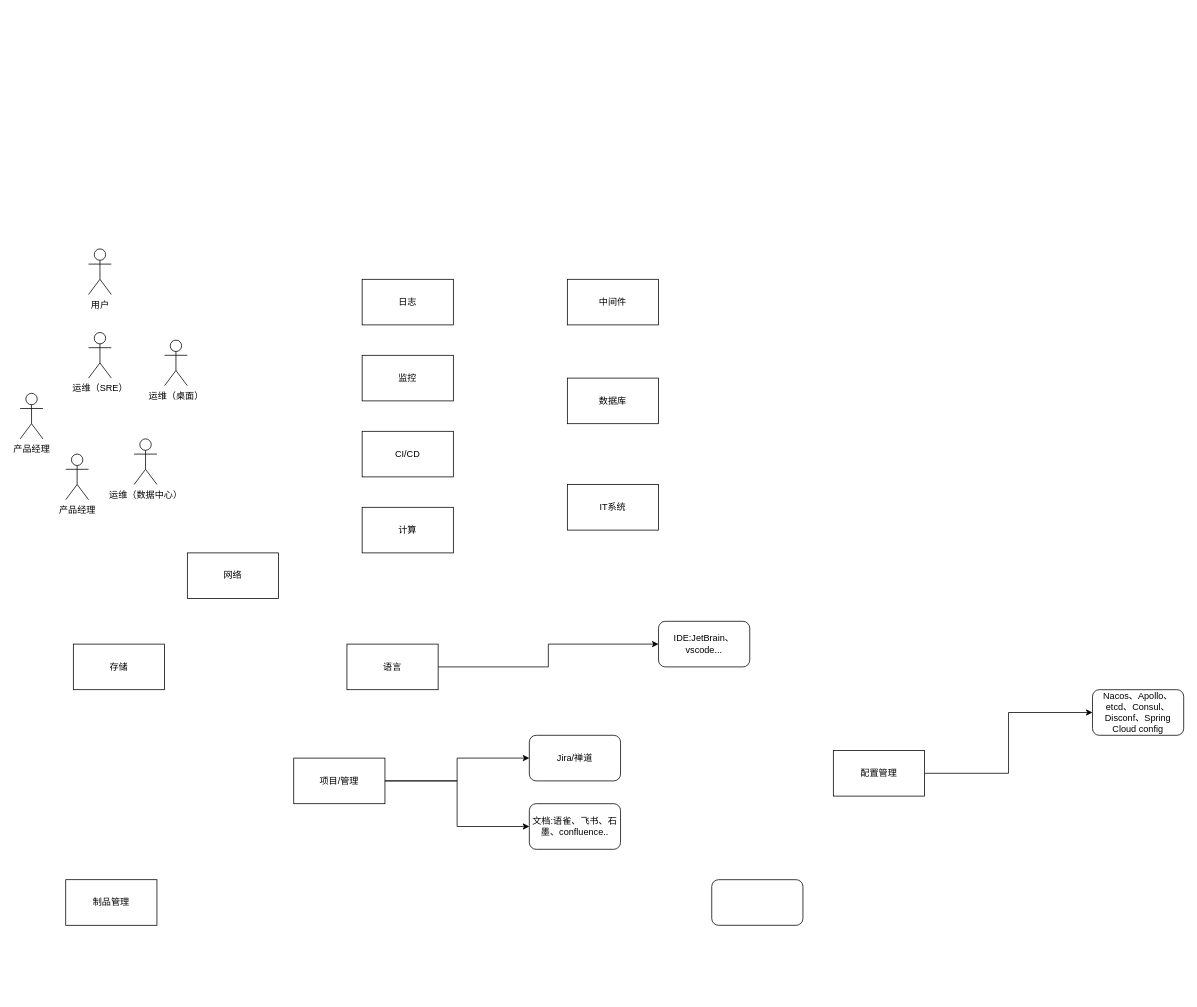
This is svg/誉天20241226.drawio from ssslkj123/drawio, a draw.io file, before an edit. Source tidied: cells renumbered, new cells numbered last; positions are measured from the earlier drawing's top-left corner, leaving out a move shared by most shapes. Both pictures are drawn from the tidied source at 76%, with x=0, y=0 at pixel (20, 249).
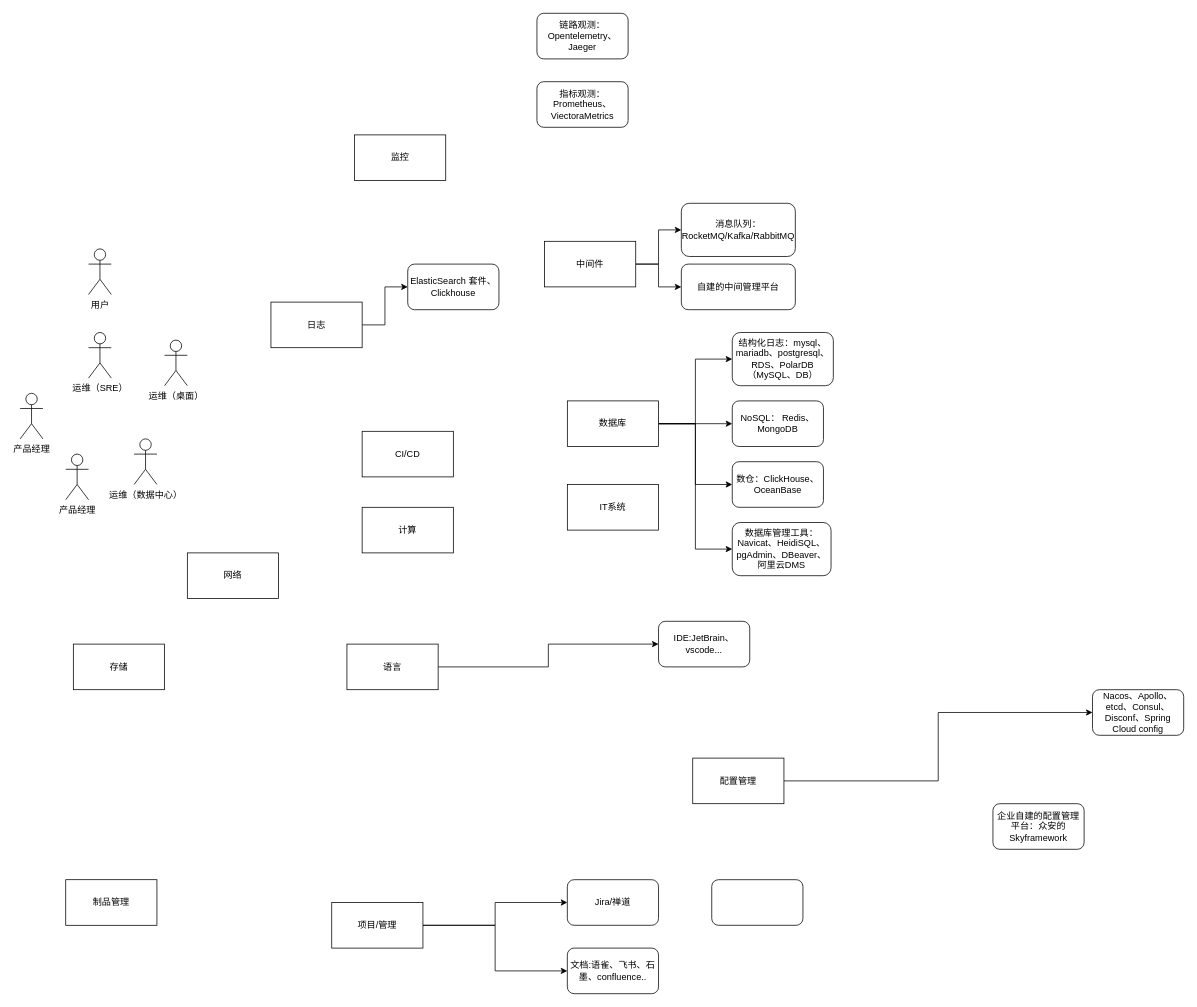
Above is the later version.

Change to the diagram source:
```diff
@@
     <mxCell id="6" value="监控" style="rounded=0;whiteSpace=wrap;html=1;" parent="1" vertex="1">
-      <mxGeometry x="450" y="140" width="120" height="60" as="geometry" />
+      <mxGeometry x="440" y="-150" width="120" height="60" as="geometry" />
     </mxCell>
     <mxCell id="7" value="Jira/禅道" style="rounded=1;whiteSpace=wrap;html=1;" parent="1" vertex="1">
-      <mxGeometry x="670" y="640" width="120" height="60" as="geometry" />
+      <mxGeometry x="720" y="830" width="120" height="60" as="geometry" />
     </mxCell>
@@
     <mxCell id="10" value="项目/管理" style="rounded=0;whiteSpace=wrap;html=1;" parent="1" vertex="1">
-      <mxGeometry x="360" y="670" width="120" height="60" as="geometry" />
+      <mxGeometry x="410" y="860" width="120" height="60" as="geometry" />
     </mxCell>
@@
+    <mxCell id="30" style="edgeStyle=orthogonalEdgeStyle;rounded=0;jettySize=auto;html=1;" parent="1" edge="1" source="12" target="46">
+      <mxGeometry relative="1" as="geometry" />
+    </mxCell>
     <mxCell id="12" value="日志" style="rounded=0;whiteSpace=wrap;html=1;" parent="1" vertex="1">
-      <mxGeometry x="450" y="40" width="120" height="60" as="geometry" />
+      <mxGeometry x="330" y="70" width="120" height="60" as="geometry" />
     </mxCell>
+    <mxCell id="31" style="edgeStyle=orthogonalEdgeStyle;rounded=0;jettySize=auto;html=1;entryX=0;entryY=0.5;entryDx=0;entryDy=0;" parent="1" edge="1" source="13" target="41">
+      <mxGeometry relative="1" as="geometry" />
+    </mxCell>
+    <mxCell id="32" style="edgeStyle=orthogonalEdgeStyle;rounded=0;jettySize=auto;html=1;entryX=0;entryY=0.5;entryDx=0;entryDy=0;" parent="1" edge="1" source="13" target="42">
+      <mxGeometry relative="1" as="geometry" />
+    </mxCell>
     <mxCell id="13" value="中间件" style="rounded=0;whiteSpace=wrap;html=1;" parent="1" vertex="1">
-      <mxGeometry x="720" y="40" width="120" height="60" as="geometry" />
+      <mxGeometry x="690" y="-10" width="120" height="60" as="geometry" />
     </mxCell>
@@
+    <mxCell id="33" style="edgeStyle=orthogonalEdgeStyle;rounded=0;jettySize=auto;html=1;entryX=0;entryY=0.5;entryDx=0;entryDy=0;" parent="1" edge="1" source="20" target="37">
+      <mxGeometry relative="1" as="geometry" />
+    </mxCell>
+    <mxCell id="34" style="edgeStyle=orthogonalEdgeStyle;rounded=0;jettySize=auto;html=1;" parent="1" edge="1" source="20" target="38">
+      <mxGeometry relative="1" as="geometry" />
+    </mxCell>
+    <mxCell id="35" style="edgeStyle=orthogonalEdgeStyle;rounded=0;jettySize=auto;html=1;entryX=0;entryY=0.5;entryDx=0;entryDy=0;" parent="1" edge="1" source="20" target="39">
+      <mxGeometry relative="1" as="geometry" />
+    </mxCell>
+    <mxCell id="36" style="edgeStyle=orthogonalEdgeStyle;rounded=0;jettySize=auto;html=1;entryX=0;entryY=0.5;entryDx=0;entryDy=0;" parent="1" edge="1" source="20" target="40">
+      <mxGeometry relative="1" as="geometry" />
+    </mxCell>
     <mxCell id="20" value="数据库" style="rounded=0;whiteSpace=wrap;html=1;" parent="1" vertex="1">
-      <mxGeometry x="720" y="170" width="120" height="60" as="geometry" />
+      <mxGeometry x="720" y="200" width="120" height="60" as="geometry" />
     </mxCell>
@@
     <mxCell id="22" value="文档:语雀、飞书、石墨、confluence.." style="rounded=1;whiteSpace=wrap;html=1;" parent="1" vertex="1">
-      <mxGeometry x="670" y="730" width="120" height="60" as="geometry" />
+      <mxGeometry x="720" y="920" width="120" height="60" as="geometry" />
     </mxCell>
@@
     <mxCell id="28" value="配置管理" style="rounded=0;whiteSpace=wrap;html=1;" parent="1" vertex="1">
-      <mxGeometry x="1070" y="660" width="120" height="60" as="geometry" />
+      <mxGeometry x="885" y="670" width="120" height="60" as="geometry" />
     </mxCell>
@@
+    <mxCell id="37" value="结构化日志：mysql、mariadb、postgresql、RDS、PolarDB（MySQL、DB）" style="rounded=1;whiteSpace=wrap;html=1;" parent="1" vertex="1">
+      <mxGeometry x="937" y="110" width="133" height="70" as="geometry" />
+    </mxCell>
+    <mxCell id="38" value="NoSQL： Redis、MongoDB" style="rounded=1;whiteSpace=wrap;html=1;" parent="1" vertex="1">
+      <mxGeometry x="937" y="200" width="120" height="60" as="geometry" />
+    </mxCell>
+    <mxCell id="39" value="数仓：ClickHouse、OceanBase" style="rounded=1;whiteSpace=wrap;html=1;" parent="1" vertex="1">
+      <mxGeometry x="937" y="280" width="120" height="60" as="geometry" />
+    </mxCell>
+    <mxCell id="40" value="数据库管理工具：Navicat、HeidiSQL、pgAdmin、DBeaver、阿里云DMS" style="rounded=1;whiteSpace=wrap;html=1;" parent="1" vertex="1">
+      <mxGeometry x="937" y="360" width="130" height="70" as="geometry" />
+    </mxCell>
+    <mxCell id="41" value="消息队列：RocketMQ/Kafka/RabbitMQ" style="rounded=1;whiteSpace=wrap;html=1;" parent="1" vertex="1">
+      <mxGeometry x="870" y="-60" width="150" height="70" as="geometry" />
+    </mxCell>
+    <mxCell id="42" value="自建的中间管理平台" style="rounded=1;whiteSpace=wrap;html=1;" parent="1" vertex="1">
+      <mxGeometry x="870" y="20" width="150" height="60" as="geometry" />
+    </mxCell>
+    <mxCell id="43" value="指标观测：Prometheus、ViectoraMetrics" style="rounded=1;whiteSpace=wrap;html=1;" parent="1" vertex="1">
+      <mxGeometry x="680" y="-220" width="120" height="60" as="geometry" />
+    </mxCell>
+    <mxCell id="44" value="链路观测：Opentelemetry、Jaeger" style="rounded=1;whiteSpace=wrap;html=1;" parent="1" vertex="1">
+      <mxGeometry x="680" y="-310" width="120" height="60" as="geometry" />
+    </mxCell>
+    <mxCell id="45" value="企业自建的配置管理平台：众安的Skyframework" style="rounded=1;whiteSpace=wrap;html=1;" parent="1" vertex="1">
+      <mxGeometry x="1280" y="730" width="120" height="60" as="geometry" />
+    </mxCell>
+    <mxCell id="46" value="ElasticSearch 套件&lt;span style=&quot;background-color: initial;&quot;&gt;、Clickhouse&lt;/span&gt;" style="rounded=1;whiteSpace=wrap;html=1;" parent="1" vertex="1">
+      <mxGeometry x="510" y="20" width="120" height="60" as="geometry" />
+    </mxCell>
```
